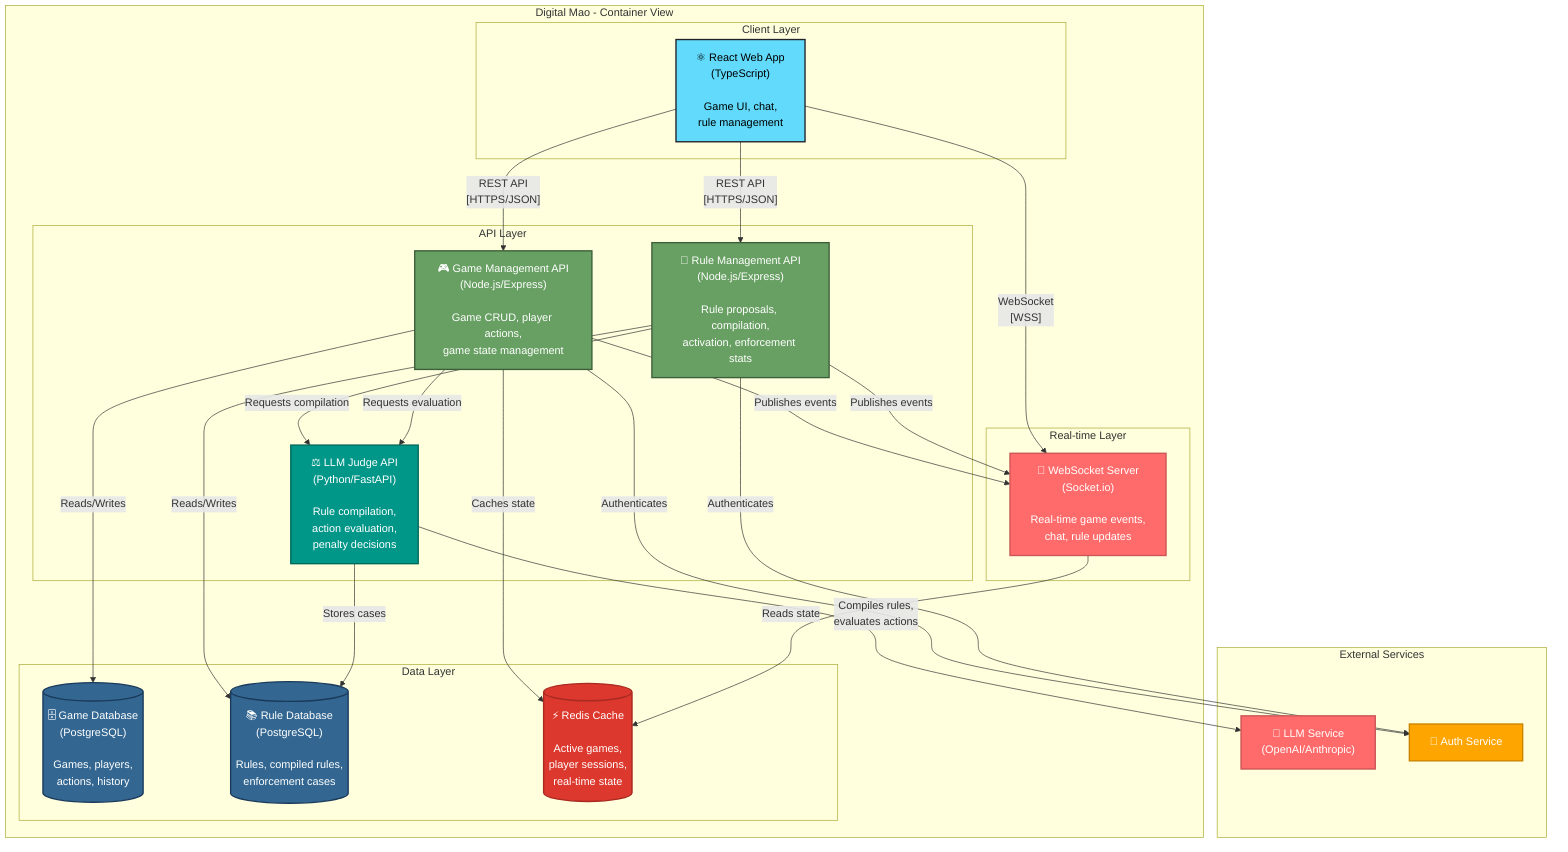
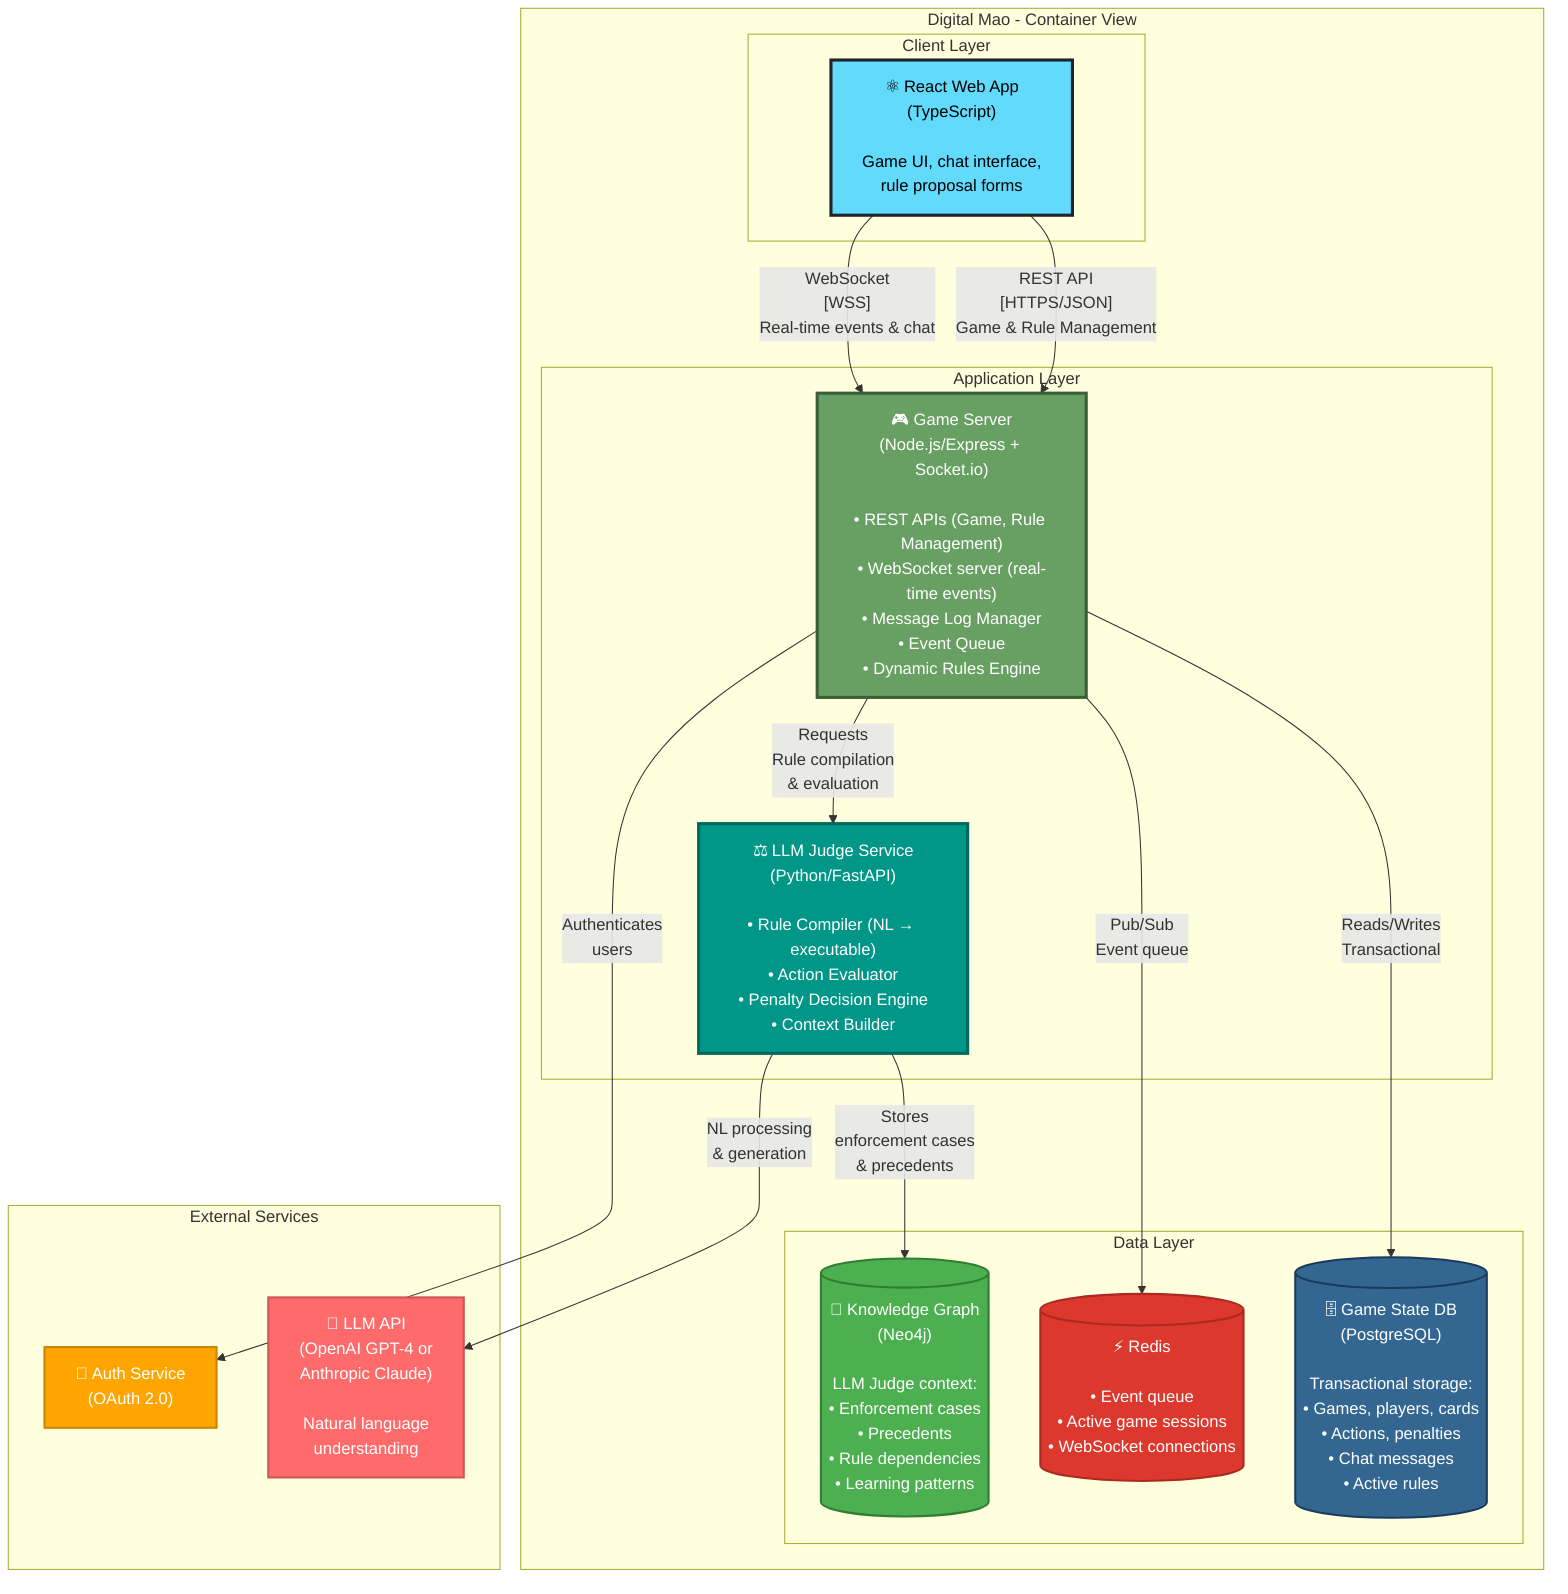
graph TB
    subgraph "Digital Mao - Container View"
        subgraph "Client Layer"
-             WebApp["⚛️ React Web App<br/>(TypeScript)<br/><br/>Game UI, chat,<br/>rule management"]
+             WebApp["⚛️ React Web App<br/>(TypeScript)<br/><br/>Game UI, chat interface,<br/>rule proposal forms"]
        end

-         subgraph "API Layer"
-             GameAPI["🎮 Game Management API<br/>(Node.js/Express)<br/><br/>Game CRUD, player actions,<br/>game state management"]
+         subgraph "Application Layer"
+             GameServer["🎮 Game Server<br/>(Node.js/Express + Socket.io)<br/><br/>• REST APIs (Game, Rule Management)<br/>• WebSocket server (real-time events)<br/>• Message Log Manager<br/>• Event Queue<br/>• Dynamic Rules Engine"]

-             RuleAPI["📜 Rule Management API<br/>(Node.js/Express)<br/><br/>Rule proposals, compilation,<br/>activation, enforcement stats"]
- 
-             JudgeAPI["⚖️ LLM Judge API<br/>(Python/FastAPI)<br/><br/>Rule compilation,<br/>action evaluation,<br/>penalty decisions"]
-         end
- 
-         subgraph "Real-time Layer"
-             WSServer["🔌 WebSocket Server<br/>(Socket.io)<br/><br/>Real-time game events,<br/>chat, rule updates"]
+             LLMJudge["⚖️ LLM Judge Service<br/>(Python/FastAPI)<br/><br/>• Rule Compiler (NL → executable)<br/>• Action Evaluator<br/>• Penalty Decision Engine<br/>• Context Builder"]
        end

        subgraph "Data Layer"
-             GameDB[("🗄️ Game Database<br/>(PostgreSQL)<br/><br/>Games, players,<br/>actions, history")]
+             GameDB[("🗄️ Game State DB<br/>(PostgreSQL)<br/><br/>Transactional storage:<br/>• Games, players, cards<br/>• Actions, penalties<br/>• Chat messages<br/>• Active rules")]

-             RuleDB[("📚 Rule Database<br/>(PostgreSQL)<br/><br/>Rules, compiled rules,<br/>enforcement cases")]
+             KnowledgeGraph[("🧠 Knowledge Graph<br/>(Neo4j)<br/><br/>LLM Judge context:<br/>• Enforcement cases<br/>• Precedents<br/>• Rule dependencies<br/>• Learning patterns")]

-             Cache[("⚡ Redis Cache<br/><br/>Active games,<br/>player sessions,<br/>real-time state")]
+             Cache[("⚡ Redis<br/><br/>• Event queue<br/>• Active game sessions<br/>• WebSocket connections")]
        end
    end

    subgraph "External Services"
-         LLM["🤖 LLM Service<br/>(OpenAI/Anthropic)"]
-         Auth["🔐 Auth Service"]
+         LLM["🤖 LLM API<br/>(OpenAI GPT-4 or<br/>Anthropic Claude)<br/><br/>Natural language<br/>understanding"]
+         Auth["🔐 Auth Service<br/>(OAuth 2.0)"]
    end

-     WebApp -->|"REST API<br/>[HTTPS/JSON]"| GameAPI
-     WebApp -->|"REST API<br/>[HTTPS/JSON]"| RuleAPI
-     WebApp -->|"WebSocket<br/>[WSS]"| WSServer
+     %% Client connections
+     WebApp -->|"REST API<br/>[HTTPS/JSON]<br/>Game & Rule Management"| GameServer
+     WebApp -->|"WebSocket<br/>[WSS]<br/>Real-time events & chat"| GameServer

-     GameAPI -->|"Reads/Writes"| GameDB
-     GameAPI -->|"Caches state"| Cache
-     GameAPI -->|"Publishes events"| WSServer
+     %% Game Server connections
+     GameServer -->|"Reads/Writes<br/>Transactional"| GameDB
+     GameServer -->|"Pub/Sub<br/>Event queue"| Cache
+     GameServer -->|"Requests<br/>Rule compilation<br/>& evaluation"| LLMJudge
+     GameServer -->|"Authenticates<br/>users"| Auth

-     RuleAPI -->|"Reads/Writes"| RuleDB
-     RuleAPI -->|"Requests compilation"| JudgeAPI
-     RuleAPI -->|"Publishes events"| WSServer
+     %% LLM Judge connections
+     LLMJudge -->|"Stores<br/>enforcement cases<br/>& precedents"| KnowledgeGraph
+     LLMJudge -->|"NL processing<br/>& generation"| LLM

-     JudgeAPI -->|"Compiles rules,<br/>evaluates actions"| LLM
-     JudgeAPI -->|"Stores cases"| RuleDB
- 
-     GameAPI -->|"Requests evaluation"| JudgeAPI
- 
-     WSServer -->|"Reads state"| Cache
- 
-     GameAPI -->|"Authenticates"| Auth
-     RuleAPI -->|"Authenticates"| Auth
- 
-     style WebApp fill:#61DAFB,stroke:#20232A,stroke-width:2px,color:#000
-     style GameAPI fill:#68A063,stroke:#3C5F3A,stroke-width:2px,color:#fff
-     style RuleAPI fill:#68A063,stroke:#3C5F3A,stroke-width:2px,color:#fff
-     style JudgeAPI fill:#009688,stroke:#00695C,stroke-width:2px,color:#fff
-     style WSServer fill:#FF6B6B,stroke:#CC5555,stroke-width:2px,color:#fff
+     %% Styling
+     style WebApp fill:#61DAFB,stroke:#20232A,stroke-width:3px,color:#000
+     style GameServer fill:#68A063,stroke:#3C5F3A,stroke-width:3px,color:#fff
+     style LLMJudge fill:#009688,stroke:#00695C,stroke-width:3px,color:#fff
    style GameDB fill:#336791,stroke:#1A3A5C,stroke-width:2px,color:#fff
-     style RuleDB fill:#336791,stroke:#1A3A5C,stroke-width:2px,color:#fff
+     style KnowledgeGraph fill:#4CAF50,stroke:#2E7D32,stroke-width:2px,color:#fff
    style Cache fill:#DC382D,stroke:#A82A21,stroke-width:2px,color:#fff
    style LLM fill:#FF6B6B,stroke:#CC5555,stroke-width:2px,color:#fff
    style Auth fill:#FFA500,stroke:#CC8400,stroke-width:2px,color:#fff